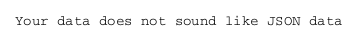
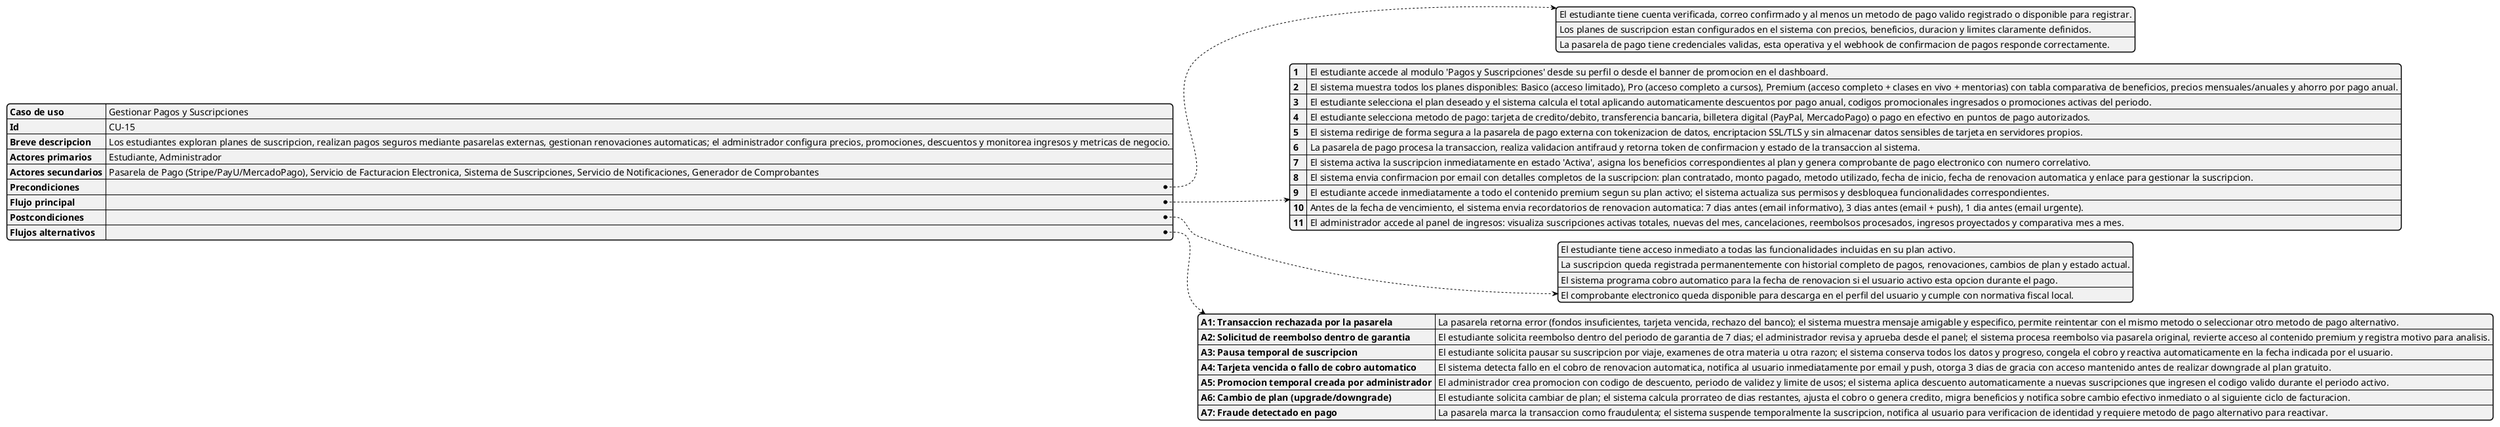
@startjson
{
  "Caso de uso": "Gestionar Pagos y Suscripciones",
  "Id": "CU-15",
  "Breve descripcion": "Los estudiantes exploran planes de suscripcion, realizan pagos seguros mediante pasarelas externas, gestionan renovaciones automaticas; el administrador configura precios, promociones, descuentos y monitorea ingresos y metricas de negocio.",
  "Actores primarios": "Estudiante, Administrador",
-   "Actores secundarios": "Pasarela de Pago (Stripe/PayU/MercadoPago), Servicio de Facturacion Electronica, Sistema de+   "Actores secundarios": "Pasarela de Pago (Stripe/PayU/MercadoPago), Servicio de Facturacion Electronica, Sistema de Suscripciones, Servicio de Notificaciones, Generador de Comprobantes",
+   "Precondiciones": [
+     "El estudiante tiene cuenta verificada, correo confirmado y al menos un metodo de pago valido registrado o disponible para registrar.",
+     "Los planes de suscripcion estan configurados en el sistema con precios, beneficios, duracion y limites claramente definidos.",
+     "La pasarela de pago tiene credenciales validas, esta operativa y el webhook de confirmacion de pagos responde correctamente."
+   ],
+   "Flujo principal": {
+     "1": "El estudiante accede al modulo 'Pagos y Suscripciones' desde su perfil o desde el banner de promocion en el dashboard.",
+     "2": "El sistema muestra todos los planes disponibles: Basico (acceso limitado), Pro (acceso completo a cursos), Premium (acceso completo + clases en vivo + mentorias) con tabla comparativa de beneficios, precios mensuales/anuales y ahorro por pago anual.",
+     "3": "El estudiante selecciona el plan deseado y el sistema calcula el total aplicando automaticamente descuentos por pago anual, codigos promocionales ingresados o promociones activas del periodo.",
+     "4": "El estudiante selecciona metodo de pago: tarjeta de credito/debito, transferencia bancaria, billetera digital (PayPal, MercadoPago) o pago en efectivo en puntos de pago autorizados.",
+     "5": "El sistema redirige de forma segura a la pasarela de pago externa con tokenizacion de datos, encriptacion SSL/TLS y sin almacenar datos sensibles de tarjeta en servidores propios.",
+     "6": "La pasarela de pago procesa la transaccion, realiza validacion antifraud y retorna token de confirmacion y estado de la transaccion al sistema.",
+     "7": "El sistema activa la suscripcion inmediatamente en estado 'Activa', asigna los beneficios correspondientes al plan y genera comprobante de pago electronico con numero correlativo.",
+     "8": "El sistema envia confirmacion por email con detalles completos de la suscripcion: plan contratado, monto pagado, metodo utilizado, fecha de inicio, fecha de renovacion automatica y enlace para gestionar la suscripcion.",
+     "9": "El estudiante accede inmediatamente a todo el contenido premium segun su plan activo; el sistema actualiza sus permisos y desbloquea funcionalidades correspondientes.",
+     "10": "Antes de la fecha de vencimiento, el sistema envia recordatorios de renovacion automatica: 7 dias antes (email informativo), 3 dias antes (email + push), 1 dia antes (email urgente).",
+     "11": "El administrador accede al panel de ingresos: visualiza suscripciones activas totales, nuevas del mes, cancelaciones, reembolsos procesados, ingresos proyectados y comparativa mes a mes."
+   },
+   "Postcondiciones": [
+     "El estudiante tiene acceso inmediato a todas las funcionalidades incluidas en su plan activo.",
+     "La suscripcion queda registrada permanentemente con historial completo de pagos, renovaciones, cambios de plan y estado actual.",
+     "El sistema programa cobro automatico para la fecha de renovacion si el usuario activo esta opcion durante el pago.",
+     "El comprobante electronico queda disponible para descarga en el perfil del usuario y cumple con normativa fiscal local."
+   ],
+   "Flujos alternativos": {
+     "A1: Transaccion rechazada por la pasarela": "La pasarela retorna error (fondos insuficientes, tarjeta vencida, rechazo del banco); el sistema muestra mensaje amigable y especifico, permite reintentar con el mismo metodo o seleccionar otro metodo de pago alternativo.",
+     "A2: Solicitud de reembolso dentro de garantia": "El estudiante solicita reembolso dentro del periodo de garantia de 7 dias; el administrador revisa y aprueba desde el panel; el sistema procesa reembolso via pasarela original, revierte acceso al contenido premium y registra motivo para analisis.",
+     "A3: Pausa temporal de suscripcion": "El estudiante solicita pausar su suscripcion por viaje, examenes de otra materia u otra razon; el sistema conserva todos los datos y progreso, congela el cobro y reactiva automaticamente en la fecha indicada por el usuario.",
+     "A4: Tarjeta vencida o fallo de cobro automatico": "El sistema detecta fallo en el cobro de renovacion automatica, notifica al usuario inmediatamente por email y push, otorga 3 dias de gracia con acceso mantenido antes de realizar downgrade al plan gratuito.",
+     "A5: Promocion temporal creada por administrador": "El administrador crea promocion con codigo de descuento, periodo de validez y limite de usos; el sistema aplica descuento automaticamente a nuevas suscripciones que ingresen el codigo valido durante el periodo activo.",
+     "A6: Cambio de plan (upgrade/downgrade)": "El estudiante solicita cambiar de plan; el sistema calcula prorrateo de dias restantes, ajusta el cobro o genera credito, migra beneficios y notifica sobre cambio efectivo inmediato o al siguiente ciclo de facturacion.",
+     "A7: Fraude detectado en pago": "La pasarela marca la transaccion como fraudulenta; el sistema suspende temporalmente la suscripcion, notifica al usuario para verificacion de identidad y requiere metodo de pago alternativo para reactivar."
+   }
+ }
+ @endjson